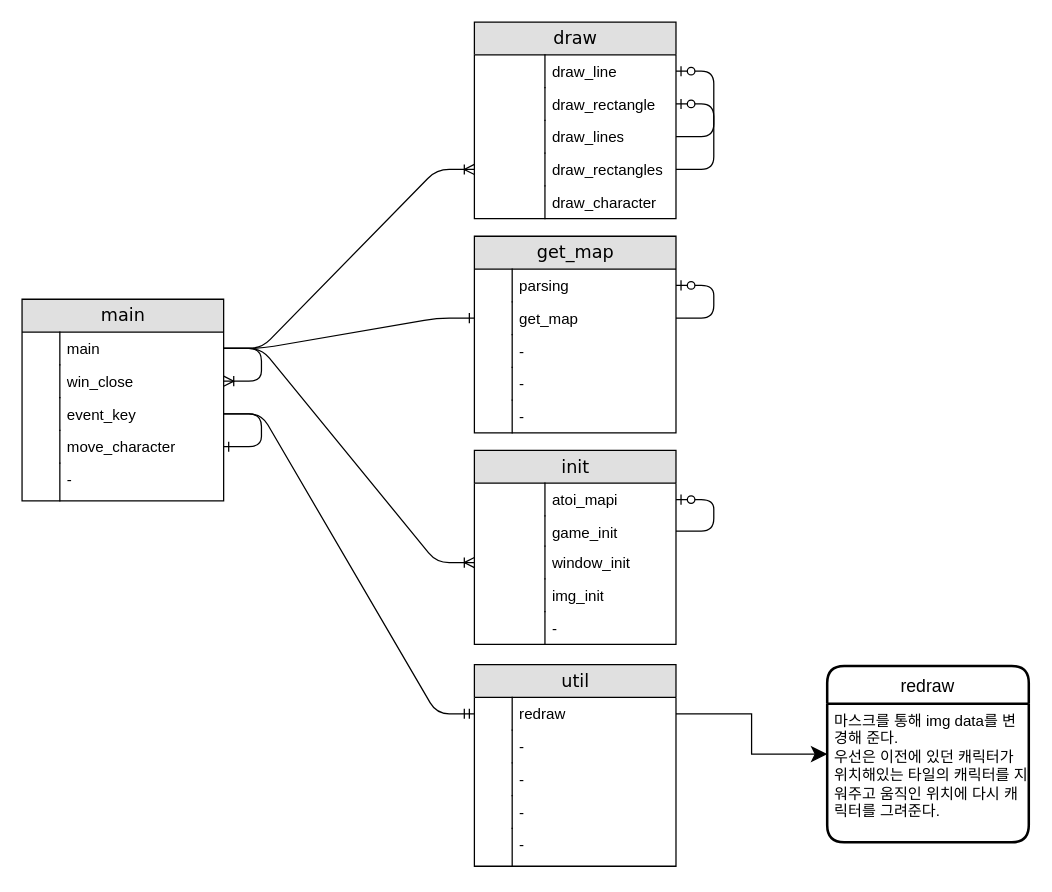
Above: drawio/cub3d.drawio in meong99/42_seoul (draw.io), before the change. Source tidied: cells renumbered, new cells numbered last; positions are measured from the earlier drawing's top-left corner, leaving out a move shared by most shapes. Both pictures are drawn from the tidied source at 126%, with x=0, y=0 at pixel (21, 21).
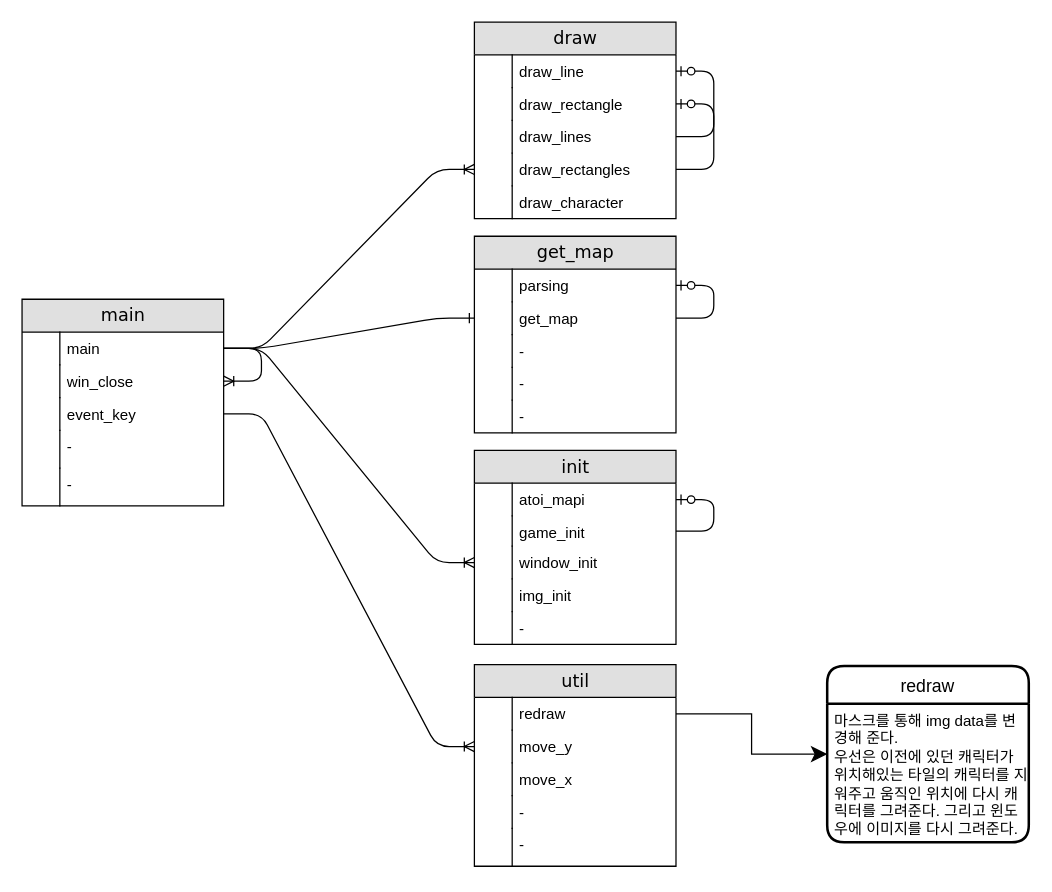
After the change.

The change refers to these unchanged cells:
```xml
<mxCell id="2" value="draw" style="swimlane;html=1;fontStyle=0;horizontal=1;startSize=26;fillColor=#e0e0e0;swimlaneFillColor=#ffffff;align=center;rounded=0;shadow=0;comic=0;labelBackgroundColor=none;strokeWidth=1;fontFamily=Verdana;fontSize=14;" parent="1" vertex="1">
  <mxGeometry x="359" width="160" height="156" as="geometry" />
</mxCell>
<mxCell id="27" value="init" style="swimlane;html=1;fontStyle=0;horizontal=1;startSize=26;fillColor=#e0e0e0;swimlaneFillColor=#ffffff;align=center;rounded=0;shadow=0;comic=0;labelBackgroundColor=none;strokeWidth=1;fontFamily=Verdana;fontSize=14;" parent="1" vertex="1">
  <mxGeometry x="359" y="340" width="160" height="154" as="geometry" />
</mxCell>
<mxCell id="44" value="event_key" style="shape=partialRectangle;top=0;left=0;right=0;bottom=0;html=1;align=left;verticalAlign=top;fillColor=none;spacingLeft=34;spacingRight=4;whiteSpace=wrap;overflow=hidden;points=[[0,0.5],[1,0.5]];portConstraint=eastwest;" parent="39" vertex="1">
  <mxGeometry y="78" width="160" height="26" as="geometry" />
</mxCell>
<mxCell id="55" value="util" style="swimlane;html=1;fontStyle=0;horizontal=1;startSize=26;fillColor=#e0e0e0;swimlaneFillColor=#ffffff;align=center;rounded=0;shadow=0;comic=0;labelBackgroundColor=none;strokeWidth=1;fontFamily=Verdana;fontSize=14;" parent="1" vertex="1">
  <mxGeometry x="359" y="510" width="160" height="160" as="geometry" />
</mxCell>
<mxCell id="56" value="redraw" style="shape=partialRectangle;top=0;left=0;right=0;bottom=0;html=1;align=left;verticalAlign=top;fillColor=none;spacingLeft=34;spacingRight=4;whiteSpace=wrap;overflow=hidden;points=[[0,0.5],[1,0.5]];portConstraint=eastwest;" parent="55" vertex="1">
  <mxGeometry y="26" width="160" height="26" as="geometry" />
</mxCell>
<mxCell id="67" value="redraw" style="swimlane;horizontal=1;startSize=30;rounded=1;fontSize=14;fontStyle=0;strokeWidth=2;shadow=0;dashed=0;align=center;fillColor=#FFFFFF;" parent="1" vertex="1">
  <mxGeometry x="639" y="511" width="160" height="140" as="geometry" />
</mxCell>
```

Diff of the diagram source:
```diff
@@
-    <mxCell id="3" value="draw_line" style="shape=partialRectangle;top=0;left=0;right=0;bottom=0;html=1;align=left;verticalAlign=top;fillColor=none;spacingLeft=60;spacingRight=4;whiteSpace=wrap;overflow=hidden;points=[[0,0.5],[1,0.5]];portConstraint=eastwest;" parent="2" vertex="1">
+    <mxCell id="3" value="draw_line" style="shape=partialRectangle;top=0;left=0;right=0;bottom=0;html=1;align=left;verticalAlign=top;fillColor=none;spacingLeft=34;spacingRight=4;whiteSpace=wrap;overflow=hidden;points=[[0,0.5],[1,0.5]];portConstraint=eastwest;" parent="2" vertex="1">
       <mxGeometry y="26" width="160" height="26" as="geometry" />
     </mxCell>
     <mxCell id="4" style="shape=partialRectangle;top=0;left=0;bottom=0;html=1;fillColor=none;align=left;verticalAlign=top;spacingLeft=4;spacingRight=4;whiteSpace=wrap;overflow=hidden;" parent="3" vertex="1">
-      <mxGeometry width="56" height="26" as="geometry" />
+      <mxGeometry width="30" height="26" as="geometry" />
     </mxCell>
-    <mxCell id="5" value="draw_rectangle" style="shape=partialRectangle;top=0;left=0;right=0;bottom=0;html=1;align=left;verticalAlign=top;fillColor=none;spacingLeft=60;spacingRight=4;whiteSpace=wrap;overflow=hidden;points=[[0,0.5],[1,0.5]];portConstraint=eastwest;" parent="2" vertex="1">
+    <mxCell id="5" value="draw_rectangle" style="shape=partialRectangle;top=0;left=0;right=0;bottom=0;html=1;align=left;verticalAlign=top;fillColor=none;spacingLeft=34;spacingRight=4;whiteSpace=wrap;overflow=hidden;points=[[0,0.5],[1,0.5]];portConstraint=eastwest;" parent="2" vertex="1">
       <mxGeometry y="52" width="160" height="26" as="geometry" />
     </mxCell>
     <mxCell id="6" style="shape=partialRectangle;top=0;left=0;bottom=0;html=1;fillColor=none;align=left;verticalAlign=top;spacingLeft=4;spacingRight=4;whiteSpace=wrap;overflow=hidden;" parent="5" vertex="1">
-      <mxGeometry width="56" height="26" as="geometry" />
+      <mxGeometry width="30" height="26" as="geometry" />
     </mxCell>
-    <mxCell id="7" value="draw_lines" style="shape=partialRectangle;top=0;left=0;right=0;bottom=0;html=1;align=left;verticalAlign=top;fillColor=none;spacingLeft=60;spacingRight=4;whiteSpace=wrap;overflow=hidden;points=[[0,0.5],[1,0.5]];portConstraint=eastwest;" parent="2" vertex="1">
+    <mxCell id="7" value="draw_lines" style="shape=partialRectangle;top=0;left=0;right=0;bottom=0;html=1;align=left;verticalAlign=top;fillColor=none;spacingLeft=34;spacingRight=4;whiteSpace=wrap;overflow=hidden;points=[[0,0.5],[1,0.5]];portConstraint=eastwest;" parent="2" vertex="1">
       <mxGeometry y="78" width="160" height="26" as="geometry" />
     </mxCell>
     <mxCell id="8" style="shape=partialRectangle;top=0;left=0;bottom=0;html=1;fillColor=none;align=left;verticalAlign=top;spacingLeft=4;spacingRight=4;whiteSpace=wrap;overflow=hidden;" parent="7" vertex="1">
-      <mxGeometry width="56" height="26" as="geometry" />
+      <mxGeometry width="30" height="26" as="geometry" />
     </mxCell>
-    <mxCell id="9" value="draw_rectangles" style="shape=partialRectangle;top=0;left=0;right=0;bottom=0;html=1;align=left;verticalAlign=top;fillColor=none;spacingLeft=60;spacingRight=4;whiteSpace=wrap;overflow=hidden;points=[[0,0.5],[1,0.5]];portConstraint=eastwest;" parent="2" vertex="1">
+    <mxCell id="9" value="draw_rectangles" style="shape=partialRectangle;top=0;left=0;right=0;bottom=0;html=1;align=left;verticalAlign=top;fillColor=none;spacingLeft=34;spacingRight=4;whiteSpace=wrap;overflow=hidden;points=[[0,0.5],[1,0.5]];portConstraint=eastwest;" parent="2" vertex="1">
       <mxGeometry y="104" width="160" height="26" as="geometry" />
     </mxCell>
     <mxCell id="10" style="shape=partialRectangle;top=0;left=0;bottom=0;html=1;fillColor=none;align=left;verticalAlign=top;spacingLeft=4;spacingRight=4;whiteSpace=wrap;overflow=hidden;" parent="9" vertex="1">
-      <mxGeometry width="56" height="26" as="geometry" />
+      <mxGeometry width="30" height="26" as="geometry" />
     </mxCell>
-    <mxCell id="11" value="draw_character" style="shape=partialRectangle;top=0;left=0;right=0;bottom=0;html=1;align=left;verticalAlign=top;fillColor=none;spacingLeft=60;spacingRight=4;whiteSpace=wrap;overflow=hidden;" parent="2" vertex="1">
+    <mxCell id="11" value="draw_character" style="shape=partialRectangle;top=0;left=0;right=0;bottom=0;html=1;align=left;verticalAlign=top;fillColor=none;spacingLeft=34;spacingRight=4;whiteSpace=wrap;overflow=hidden;" parent="2" vertex="1">
       <mxGeometry y="130" width="160" height="26" as="geometry" />
     </mxCell>
     <mxCell id="12" style="shape=partialRectangle;top=0;left=0;bottom=0;html=1;fillColor=none;align=left;verticalAlign=top;spacingLeft=4;spacingRight=4;whiteSpace=wrap;overflow=hidden;" parent="11" vertex="1">
-      <mxGeometry width="56" height="26" as="geometry" />
+      <mxGeometry width="30" height="26" as="geometry" />
     </mxCell>
@@
-    <mxCell id="28" value="atoi_mapi" style="shape=partialRectangle;top=0;left=0;right=0;bottom=0;html=1;align=left;verticalAlign=top;fillColor=none;spacingLeft=60;spacingRight=4;whiteSpace=wrap;overflow=hidden;points=[[0,0.5],[1,0.5]];portConstraint=eastwest;" parent="27" vertex="1">
+    <mxCell id="28" value="atoi_mapi" style="shape=partialRectangle;top=0;left=0;right=0;bottom=0;html=1;align=left;verticalAlign=top;fillColor=none;spacingLeft=34;spacingRight=4;whiteSpace=wrap;overflow=hidden;points=[[0,0.5],[1,0.5]];portConstraint=eastwest;" parent="27" vertex="1">
       <mxGeometry y="26" width="160" height="26" as="geometry" />
     </mxCell>
     <mxCell id="29" style="shape=partialRectangle;top=0;left=0;bottom=0;html=1;fillColor=none;align=left;verticalAlign=top;spacingLeft=4;spacingRight=4;whiteSpace=wrap;overflow=hidden;" parent="28" vertex="1">
-      <mxGeometry width="56" height="26" as="geometry" />
+      <mxGeometry width="30" height="26" as="geometry" />
     </mxCell>
-    <mxCell id="30" value="game_init" style="shape=partialRectangle;top=0;left=0;right=0;bottom=0;html=1;align=left;verticalAlign=top;fillColor=none;spacingLeft=60;spacingRight=4;whiteSpace=wrap;overflow=hidden;points=[[0,0.5],[1,0.5]];portConstraint=eastwest;" parent="27" vertex="1">
+    <mxCell id="30" value="game_init" style="shape=partialRectangle;top=0;left=0;right=0;bottom=0;html=1;align=left;verticalAlign=top;fillColor=none;spacingLeft=34;spacingRight=4;whiteSpace=wrap;overflow=hidden;points=[[0,0.5],[1,0.5]];portConstraint=eastwest;" parent="27" vertex="1">
       <mxGeometry y="52" width="160" height="24" as="geometry" />
     </mxCell>
     <mxCell id="31" style="shape=partialRectangle;top=0;left=0;bottom=0;html=1;fillColor=none;align=left;verticalAlign=top;spacingLeft=4;spacingRight=4;whiteSpace=wrap;overflow=hidden;" parent="30" vertex="1">
-      <mxGeometry width="56" height="24" as="geometry" />
+      <mxGeometry width="30" height="24" as="geometry" />
     </mxCell>
-    <mxCell id="32" value="window_init" style="shape=partialRectangle;top=0;left=0;right=0;bottom=0;html=1;align=left;verticalAlign=top;fillColor=none;spacingLeft=60;spacingRight=4;whiteSpace=wrap;overflow=hidden;points=[[0,0.5],[1,0.5]];portConstraint=eastwest;" parent="27" vertex="1">
+    <mxCell id="32" value="window_init" style="shape=partialRectangle;top=0;left=0;right=0;bottom=0;html=1;align=left;verticalAlign=top;fillColor=none;spacingLeft=34;spacingRight=4;whiteSpace=wrap;overflow=hidden;points=[[0,0.5],[1,0.5]];portConstraint=eastwest;" parent="27" vertex="1">
       <mxGeometry y="76" width="160" height="26" as="geometry" />
     </mxCell>
     <mxCell id="33" style="shape=partialRectangle;top=0;left=0;bottom=0;html=1;fillColor=none;align=left;verticalAlign=top;spacingLeft=4;spacingRight=4;whiteSpace=wrap;overflow=hidden;" parent="32" vertex="1">
-      <mxGeometry width="56" height="26" as="geometry" />
+      <mxGeometry width="30" height="26" as="geometry" />
     </mxCell>
-    <mxCell id="34" value="img_init" style="shape=partialRectangle;top=0;left=0;right=0;bottom=0;html=1;align=left;verticalAlign=top;fillColor=none;spacingLeft=60;spacingRight=4;whiteSpace=wrap;overflow=hidden;" parent="27" vertex="1">
+    <mxCell id="34" value="img_init" style="shape=partialRectangle;top=0;left=0;right=0;bottom=0;html=1;align=left;verticalAlign=top;fillColor=none;spacingLeft=34;spacingRight=4;whiteSpace=wrap;overflow=hidden;" parent="27" vertex="1">
       <mxGeometry y="102" width="160" height="26" as="geometry" />
     </mxCell>
     <mxCell id="35" style="shape=partialRectangle;top=0;left=0;bottom=0;html=1;fillColor=none;align=left;verticalAlign=top;spacingLeft=4;spacingRight=4;whiteSpace=wrap;overflow=hidden;" parent="34" vertex="1">
-      <mxGeometry width="56" height="26" as="geometry" />
+      <mxGeometry width="30" height="26" as="geometry" />
     </mxCell>
-    <mxCell id="36" value="-" style="shape=partialRectangle;top=0;left=0;right=0;bottom=0;html=1;align=left;verticalAlign=top;fillColor=none;spacingLeft=60;spacingRight=4;whiteSpace=wrap;overflow=hidden;" parent="27" vertex="1">
+    <mxCell id="36" value="-" style="shape=partialRectangle;top=0;left=0;right=0;bottom=0;html=1;align=left;verticalAlign=top;fillColor=none;spacingLeft=34;spacingRight=4;whiteSpace=wrap;overflow=hidden;" parent="27" vertex="1">
       <mxGeometry y="128" width="160" height="26" as="geometry" />
     </mxCell>
     <mxCell id="37" style="shape=partialRectangle;top=0;left=0;bottom=0;html=1;fillColor=none;align=left;verticalAlign=top;spacingLeft=4;spacingRight=4;whiteSpace=wrap;overflow=hidden;" parent="36" vertex="1">
-      <mxGeometry width="56" height="26" as="geometry" />
+      <mxGeometry width="30" height="26" as="geometry" />
     </mxCell>
@@
     <mxCell id="39" value="main" style="swimlane;html=1;fontStyle=0;horizontal=1;startSize=26;fillColor=#e0e0e0;swimlaneFillColor=#ffffff;align=center;rounded=0;shadow=0;comic=0;labelBackgroundColor=none;strokeWidth=1;fontFamily=Verdana;fontSize=14;" parent="1" vertex="1">
-      <mxGeometry y="220" width="160" height="160" as="geometry" />
+      <mxGeometry y="220" width="160" height="164" as="geometry" />
     </mxCell>
@@
-    <mxCell id="46" value="move_character" style="shape=partialRectangle;top=0;left=0;right=0;bottom=0;html=1;align=left;verticalAlign=top;fillColor=none;spacingLeft=34;spacingRight=4;whiteSpace=wrap;overflow=hidden;points=[[0,0.5],[1,0.5]];portConstraint=eastwest;" parent="39" vertex="1">
-      <mxGeometry y="104" width="160" height="26" as="geometry" />
-    </mxCell>
-    <mxCell id="47" style="shape=partialRectangle;top=0;left=0;bottom=0;html=1;fillColor=none;align=left;verticalAlign=top;spacingLeft=4;spacingRight=4;whiteSpace=wrap;overflow=hidden;" parent="46" vertex="1">
-      <mxGeometry width="30" height="26" as="geometry" />
-    </mxCell>
     <mxCell id="48" value="-" style="shape=partialRectangle;top=0;left=0;right=0;bottom=0;html=1;align=left;verticalAlign=top;fillColor=none;spacingLeft=34;spacingRight=4;whiteSpace=wrap;overflow=hidden;" parent="39" vertex="1">
-      <mxGeometry y="130" width="160" height="30" as="geometry" />
+      <mxGeometry y="104" width="160" height="30" as="geometry" />
     </mxCell>
@@
-    <mxCell id="51" style="edgeStyle=entityRelationEdgeStyle;fontSize=12;html=1;endArrow=ERone;endFill=1;strokeWidth=1;" parent="39" edge="1" source="44" target="46">
-      <mxGeometry relative="1" as="geometry" />
-    </mxCell>
+    <mxCell id="58" value="-" style="shape=partialRectangle;top=0;left=0;right=0;bottom=0;html=1;align=left;verticalAlign=top;fillColor=none;spacingLeft=34;spacingRight=4;whiteSpace=wrap;overflow=hidden;" parent="39" vertex="1">
+      <mxGeometry y="134" width="160" height="30" as="geometry" />
+    </mxCell>
+    <mxCell id="70" style="shape=partialRectangle;top=0;left=0;bottom=0;html=1;fillColor=none;align=left;verticalAlign=top;spacingLeft=4;spacingRight=4;whiteSpace=wrap;overflow=hidden;" parent="58" vertex="1">
+      <mxGeometry width="30" height="30" as="geometry" />
+    </mxCell>
@@
-    <mxCell id="58" value="-" style="shape=partialRectangle;top=0;left=0;right=0;bottom=0;html=1;align=left;verticalAlign=top;fillColor=none;spacingLeft=34;spacingRight=4;whiteSpace=wrap;overflow=hidden;" parent="55" vertex="1">
-      <mxGeometry y="52" width="160" height="26" as="geometry" />
-    </mxCell>
-    <mxCell id="59" style="shape=partialRectangle;top=0;left=0;bottom=0;html=1;fillColor=none;align=left;verticalAlign=top;spacingLeft=4;spacingRight=4;whiteSpace=wrap;overflow=hidden;" parent="58" vertex="1">
-      <mxGeometry width="30" height="26" as="geometry" />
-    </mxCell>
+    <mxCell id="46" value="move_y" style="shape=partialRectangle;top=0;left=0;right=0;bottom=0;html=1;align=left;verticalAlign=top;fillColor=none;spacingLeft=34;spacingRight=4;whiteSpace=wrap;overflow=hidden;points=[[0,0.5],[1,0.5]];portConstraint=eastwest;" parent="55" vertex="1">
+      <mxGeometry y="52" width="160" height="26" as="geometry" />
+    </mxCell>
+    <mxCell id="47" style="shape=partialRectangle;top=0;left=0;bottom=0;html=1;fillColor=none;align=left;verticalAlign=top;spacingLeft=4;spacingRight=4;whiteSpace=wrap;overflow=hidden;" parent="46" vertex="1">
+      <mxGeometry width="30" height="26" as="geometry" />
+    </mxCell>
-    <mxCell id="60" value="-" style="shape=partialRectangle;top=0;left=0;right=0;bottom=0;html=1;align=left;verticalAlign=top;fillColor=none;spacingLeft=34;spacingRight=4;whiteSpace=wrap;overflow=hidden;" parent="55" vertex="1">
+    <mxCell id="60" value="move_x" style="shape=partialRectangle;top=0;left=0;right=0;bottom=0;html=1;align=left;verticalAlign=top;fillColor=none;spacingLeft=34;spacingRight=4;whiteSpace=wrap;overflow=hidden;" parent="55" vertex="1">
       <mxGeometry y="78" width="160" height="26" as="geometry" />
     </mxCell>
@@
-    <mxCell id="66" style="edgeStyle=entityRelationEdgeStyle;fontSize=12;html=1;endArrow=ERmandOne;strokeWidth=1;" parent="1" edge="1" source="44" target="56">
-      <mxGeometry relative="1" as="geometry" />
-    </mxCell>
@@
-    <mxCell id="68" value="마스크를 통해 img data를 변경해 준다.&#10;우선은 이전에 있던 캐릭터가 위치해있는 타일의 캐릭터를 지워주고 움직인 위치에 다시 캐릭터를 그려준다." style="align=left;strokeColor=none;fillColor=none;spacingLeft=4;fontSize=12;verticalAlign=top;whiteSpace=wrap;" parent="67" vertex="1">
+    <mxCell id="68" value="마스크를 통해 img data를 변경해 준다.&#10;우선은 이전에 있던 캐릭터가 위치해있는 타일의 캐릭터를 지워주고 움직인 위치에 다시 캐릭터를 그려준다. 그리고 윈도우에 이미지를 다시 그려준다." style="align=left;strokeColor=none;fillColor=none;spacingLeft=4;fontSize=12;verticalAlign=top;whiteSpace=wrap;" parent="67" vertex="1">
       <mxGeometry y="30" width="160" height="110" as="geometry" />
     </mxCell>
@@
+    <mxCell id="51" style="edgeStyle=entityRelationEdgeStyle;fontSize=12;html=1;endArrow=ERoneToMany;strokeWidth=1;entryX=0;entryY=0.5;entryDx=0;entryDy=0;" parent="1" edge="1" source="44" target="46">
+      <mxGeometry relative="1" as="geometry" />
+    </mxCell>
```
